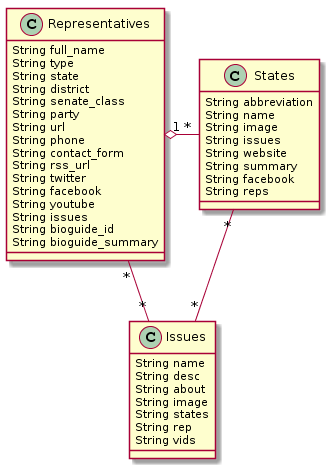
Abu-ZaydAbdullah/congressandme keeps this PlantUML diagram as uml-diagram.png. Above is the earlier version. The source it was exported from:
```plantuml
@startuml
class Representatives {
String full_name
String type
String state
String district
String senate_class
String party
String url
String phone
String contact_form
String rss_url
String twitter
String facebook
String youtube
String issues
String bioguide_id
String bioguide_summary
}

class States {
String abbreviation
String name
String image
String issues
String website
String summary
String facebook
String reps
}

class Issues {
String name
String desc
String about
String image
String states
String rep
String vids
}

Representatives "1" o- "*" States
Representatives "*" -- "*" Issues
States "*" -- "*" Issues
@enduml
```
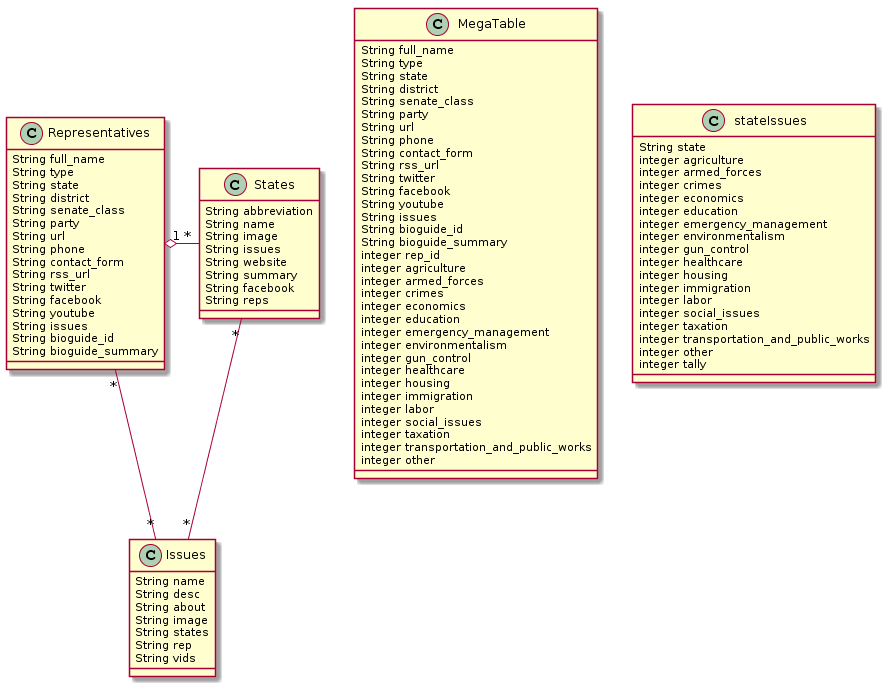
Above is the later version.

Commit message:
Updated UML diagram

Change to the diagram source:
```diff
@@ -39,6 +39,63 @@
 String vids
 }
 
+class MegaTable {
+String full_name
+String type
+String state
+String district
+String senate_class
+String party
+String url
+String phone
+String contact_form
+String rss_url
+String twitter
+String facebook
+String youtube
+String issues
+String bioguide_id
+String bioguide_summary
+integer rep_id
+integer agriculture
+integer armed_forces
+integer crimes
+integer economics
+integer education
+integer emergency_management
+integer environmentalism
+integer gun_control
+integer healthcare
+integer housing
+integer immigration
+integer labor
+integer social_issues
+integer taxation
+integer transportation_and_public_works
+integer other
+}
+
+class stateIssues {
+String state
+integer agriculture
+integer armed_forces
+integer crimes
+integer economics
+integer education
+integer emergency_management
+integer environmentalism
+integer gun_control
+integer healthcare
+integer housing
+integer immigration
+integer labor
+integer social_issues
+integer taxation
+integer transportation_and_public_works
+integer other
+integer tally
+}
+
 Representatives "1" o- "*" States
 Representatives "*" -- "*" Issues
 States "*" -- "*" Issues
```
